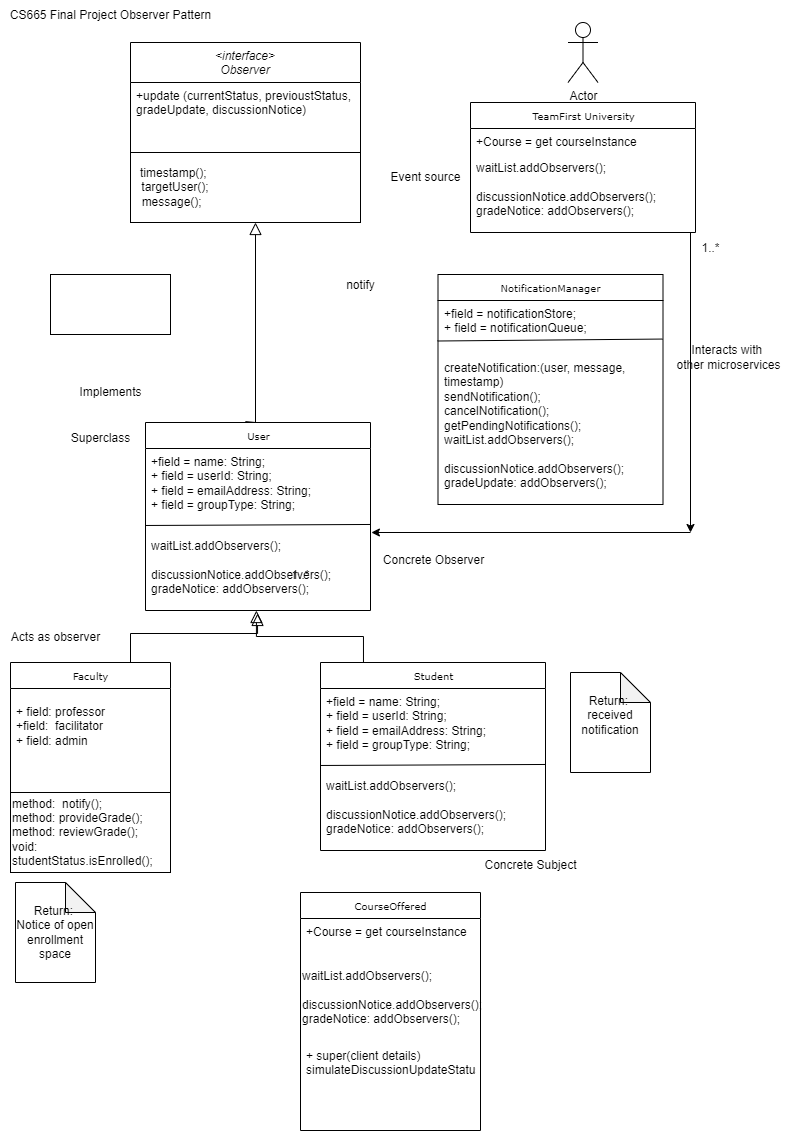
This is Observer Diag.drawio.png from jimmyjazz31/CSSFinalProject, a draw.io export, as it was before one commit. Source tidied: cells renumbered, new cells last; positions are measured from the earlier drawing's top-left corner, leaving out a move shared by most shapes.
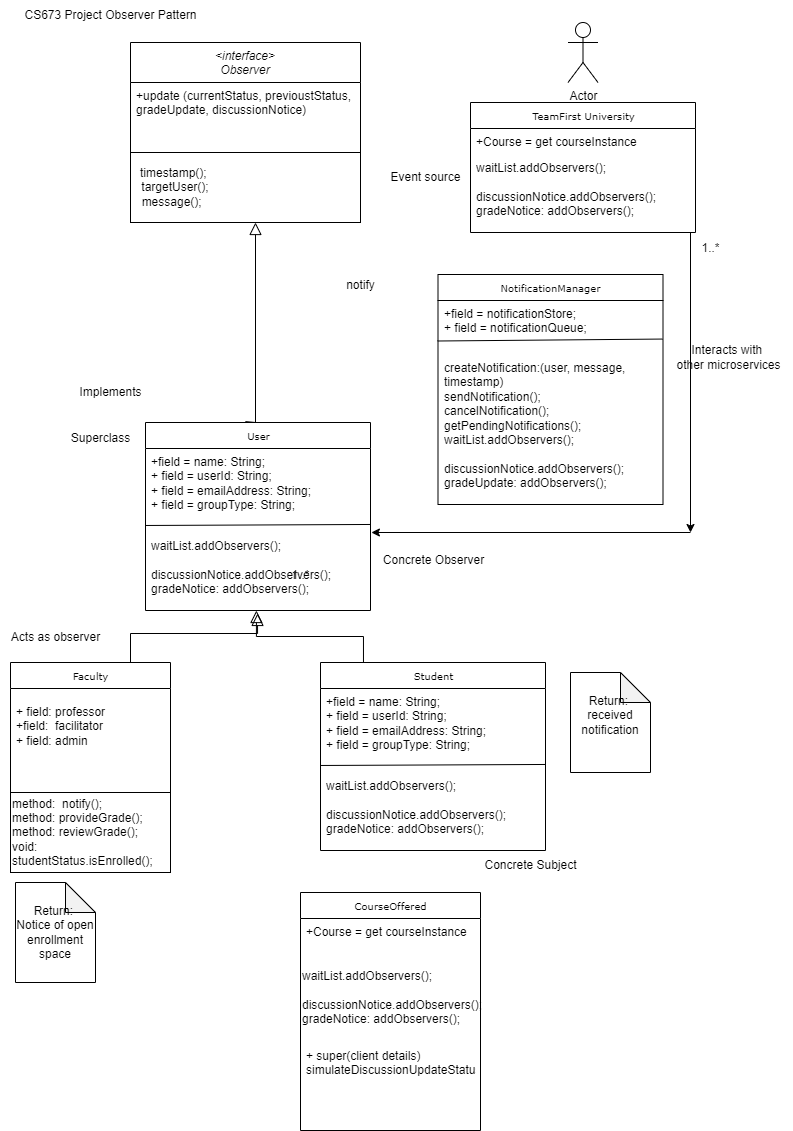
Above is the later version.

What changed in the source:
```diff
@@ -61,8 +61,8 @@
     <mxCell id="19" value="Event source" style="text;html=1;align=center;verticalAlign=middle;strokeColor=none;fillColor=none;" parent="1" vertex="1">
       <mxGeometry x="380" y="162" width="90" height="30" as="geometry" />
     </mxCell>
-    <mxCell id="20" value="CS665 Final Project Observer Pattern" style="text;html=1;align=center;verticalAlign=middle;strokeColor=none;fillColor=none;" parent="1" vertex="1">
-      <mxGeometry width="220" height="30" as="geometry" />
+    <mxCell id="20" value="CS673 Project Observer Pattern" style="text;html=1;align=center;verticalAlign=middle;strokeColor=none;fillColor=none;" parent="1" vertex="1">
+      <mxGeometry x="10" width="200" height="30" as="geometry" />
     </mxCell>
     <mxCell id="21" value="User" style="swimlane;html=1;fontStyle=0;horizontal=1;startSize=26;fillColor=none;swimlaneFillColor=#ffffff;rounded=0;shadow=0;comic=0;labelBackgroundColor=none;strokeWidth=1;fontFamily=Verdana;fontSize=10;align=center;" parent="1" vertex="1">
       <mxGeometry x="145" y="422" width="225" height="188" as="geometry" />
@@ -132,9 +132,6 @@
     <mxCell id="41" style="endArrow=none;html=1;rounded=0;exitX=-0.002;exitY=-0.09;exitDx=0;exitDy=0;exitPerimeter=0;entryX=0.998;entryY=-0.103;entryDx=0;entryDy=0;entryPerimeter=0;" parent="38" edge="1" source="40" target="40">
       <mxGeometry relative="1" as="geometry" />
     </mxCell>
-    <mxCell id="42" style="rounded=0;whiteSpace=wrap;html=1;" parent="1" vertex="1">
-      <mxGeometry x="50" y="274" width="120" height="60" as="geometry" />
-    </mxCell>
     <mxCell id="43" value="timestamp();&amp;nbsp; &amp;nbsp; &amp;nbsp; &amp;nbsp; &amp;nbsp; &amp;nbsp; &amp;nbsp; &amp;nbsp; &amp;nbsp; &amp;nbsp; &amp;nbsp; &amp;nbsp; &amp;nbsp; &amp;nbsp; &amp;nbsp; &amp;nbsp; &amp;nbsp; &amp;nbsp; &amp;nbsp; &amp;nbsp; &amp;nbsp; &amp;nbsp;&lt;div&gt;targetUser();&amp;nbsp; &amp;nbsp; &amp;nbsp; &amp;nbsp; &amp;nbsp; &amp;nbsp; &amp;nbsp; &amp;nbsp; &amp;nbsp; &amp;nbsp; &amp;nbsp; &amp;nbsp; &amp;nbsp; &amp;nbsp; &amp;nbsp; &amp;nbsp; &amp;nbsp; &amp;nbsp; &amp;nbsp; &amp;nbsp; &amp;nbsp;&amp;nbsp;&lt;/div&gt;&lt;div&gt;message();&amp;nbsp; &amp;nbsp; &amp;nbsp; &amp;nbsp; &amp;nbsp; &amp;nbsp; &amp;nbsp; &amp;nbsp; &amp;nbsp; &amp;nbsp; &amp;nbsp; &amp;nbsp; &amp;nbsp; &amp;nbsp; &amp;nbsp; &amp;nbsp; &amp;nbsp; &amp;nbsp; &amp;nbsp; &amp;nbsp; &amp;nbsp; &amp;nbsp;&amp;nbsp;&lt;/div&gt;" style="rounded=0;whiteSpace=wrap;html=1;" parent="1" vertex="1">
       <mxGeometry x="130" y="152" width="230" height="70" as="geometry" />
     </mxCell>
```
